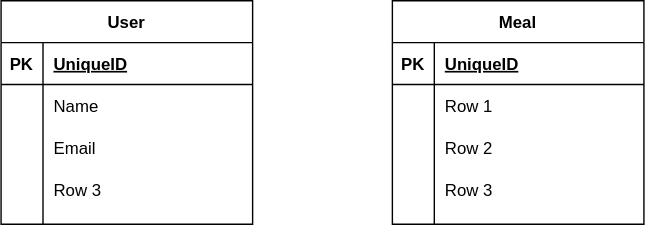
Above: docs/database/schema.drawio.svg in sam-don/mealplanner (draw.io), before the change. Source tidied: cells renumbered, new cells last; positions are measured from the earlier drawing's top-left corner, leaving out a move shared by most shapes.
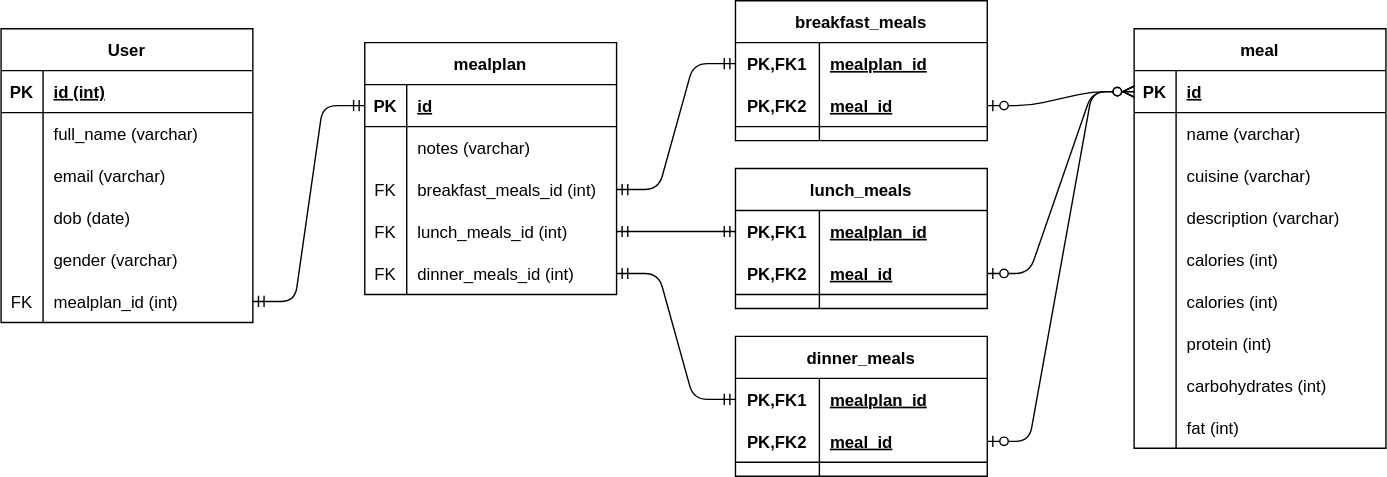
Above is the later version.

Commit message:
Added Database Schema

What changed in the source:
```diff
@@ -5,3 +5,3 @@
     <mxCell id="2" value="User" style="shape=table;startSize=30;rowLines=0;fontStyle=1;align=center;" parent="1" vertex="1">
-      <mxGeometry width="180" height="160" as="geometry" />
+      <mxGeometry x="20" y="-10" width="180" height="210" as="geometry" />
     </mxCell>
@@ -13,3 +13,3 @@
     </mxCell>
-    <mxCell id="5" value="UniqueID" style="shape=partialRectangle;fillColor=none;top=0;left=0;bottom=0;right=0;align=left;spacingLeft=6;fontStyle=5;overflow=hidden;" parent="3" vertex="1">
+    <mxCell id="5" value="id (int)" style="shape=partialRectangle;fillColor=none;top=0;left=0;bottom=0;right=0;align=left;spacingLeft=6;fontStyle=5;overflow=hidden;" parent="3" vertex="1">
       <mxGeometry x="30" width="150" height="30" as="geometry" />
@@ -22,3 +22,3 @@
     </mxCell>
-    <mxCell id="8" value="Name" style="shape=partialRectangle;fillColor=none;top=0;left=0;bottom=0;right=0;align=left;spacingLeft=6;overflow=hidden;" parent="6" vertex="1">
+    <mxCell id="8" value="full_name (varchar)" style="shape=partialRectangle;fillColor=none;top=0;left=0;bottom=0;right=0;align=left;spacingLeft=6;overflow=hidden;" parent="6" vertex="1">
       <mxGeometry x="30" width="150" height="30" as="geometry" />
@@ -31,3 +31,3 @@
     </mxCell>
-    <mxCell id="11" value="Email" style="shape=partialRectangle;fillColor=none;top=0;left=0;bottom=0;right=0;align=left;spacingLeft=6;overflow=hidden;" parent="9" vertex="1">
+    <mxCell id="11" value="email (varchar)" style="shape=partialRectangle;fillColor=none;top=0;left=0;bottom=0;right=0;align=left;spacingLeft=6;overflow=hidden;" parent="9" vertex="1">
       <mxGeometry x="30" width="150" height="30" as="geometry" />
@@ -40,7 +40,28 @@
     </mxCell>
-    <mxCell id="14" value="Row 3" style="shape=partialRectangle;fillColor=none;top=0;left=0;bottom=0;right=0;align=left;spacingLeft=6;overflow=hidden;" parent="12" vertex="1">
+    <mxCell id="14" value="dob (date)" style="shape=partialRectangle;fillColor=none;top=0;left=0;bottom=0;right=0;align=left;spacingLeft=6;overflow=hidden;" parent="12" vertex="1">
       <mxGeometry x="30" width="150" height="30" as="geometry" />
     </mxCell>
+    <mxCell id="19" style="shape=partialRectangle;fillColor=none;top=0;left=0;bottom=0;right=0;" parent="2" vertex="1">
+      <mxGeometry y="150" width="180" height="30" as="geometry" />
+    </mxCell>
+    <mxCell id="20" style="shape=partialRectangle;fillColor=none;top=0;left=0;bottom=0;right=0;overflow=hidden;" parent="19" vertex="1">
+      <mxGeometry width="30" height="30" as="geometry" />
+    </mxCell>
+    <mxCell id="21" value="gender (varchar)" style="shape=partialRectangle;fillColor=none;top=0;left=0;bottom=0;right=0;align=left;spacingLeft=6;overflow=hidden;" parent="19" vertex="1">
+      <mxGeometry x="30" width="150" height="30" as="geometry" />
+    </mxCell>
+    <mxCell id="28" style="shape=partialRectangle;fillColor=none;top=0;left=0;bottom=0;right=0;points=[[0,0.5],[1,0.5]];portConstraint=eastwest;" parent="2" vertex="1">
+      <mxGeometry y="180" width="180" height="30" as="geometry" />
+    </mxCell>
+    <mxCell id="29" value="FK" style="shape=partialRectangle;fillColor=none;top=0;left=0;bottom=0;right=0;overflow=hidden;" parent="28" vertex="1">
+      <mxGeometry width="30" height="30" as="geometry" />
+    </mxCell>
+    <mxCell id="30" value="mealplan_id (int)" style="shape=partialRectangle;fillColor=none;top=0;left=0;bottom=0;right=0;align=left;spacingLeft=6;overflow=hidden;" parent="28" vertex="1">
+      <mxGeometry x="30" width="150" height="30" as="geometry" />
+    </mxCell>
+    <mxCell id="31" style="edgeStyle=entityRelationEdgeStyle;fontSize=12;html=1;endArrow=ERmandOne;startArrow=ERmandOne;exitX=1;exitY=0.5;exitDx=0;exitDy=0;entryX=0;entryY=0.5;entryDx=0;entryDy=0;" parent="1" edge="1" source="28" target="16">
+      <mxGeometry relative="1" as="geometry" />
+    </mxCell>
-    <mxCell id="15" value="Meal" style="shape=table;startSize=30;rowLines=0;fontStyle=1;align=center;" parent="1" vertex="1">
-      <mxGeometry x="280" width="180" height="160" as="geometry" />
+    <mxCell id="15" value="mealplan" style="shape=table;startSize=30;rowLines=0;fontStyle=1;align=center;rounded=0;sketch=0;shadow=0;swimlaneFillColor=none;" parent="1" vertex="1">
+      <mxGeometry x="280" width="180" height="180" as="geometry" />
     </mxCell>
@@ -52,16 +73,7 @@
     </mxCell>
-    <mxCell id="18" value="UniqueID" style="shape=partialRectangle;fillColor=none;top=0;left=0;bottom=0;right=0;align=left;spacingLeft=6;fontStyle=5;overflow=hidden;" parent="16" vertex="1">
+    <mxCell id="18" value="id" style="shape=partialRectangle;fillColor=none;top=0;left=0;bottom=0;right=0;align=left;spacingLeft=6;fontStyle=5;overflow=hidden;" parent="16" vertex="1">
       <mxGeometry x="30" width="150" height="30" as="geometry" />
     </mxCell>
-    <mxCell id="19" style="shape=partialRectangle;fillColor=none;top=0;left=0;bottom=0;right=0;" parent="15" vertex="1">
-      <mxGeometry y="60" width="180" height="30" as="geometry" />
-    </mxCell>
-    <mxCell id="20" style="shape=partialRectangle;fillColor=none;top=0;left=0;bottom=0;right=0;overflow=hidden;" parent="19" vertex="1">
-      <mxGeometry width="30" height="30" as="geometry" />
-    </mxCell>
-    <mxCell id="21" value="Row 1" style="shape=partialRectangle;fillColor=none;top=0;left=0;bottom=0;right=0;align=left;spacingLeft=6;overflow=hidden;" parent="19" vertex="1">
-      <mxGeometry x="30" width="150" height="30" as="geometry" />
-    </mxCell>
     <mxCell id="22" style="shape=partialRectangle;fillColor=none;top=0;left=0;bottom=0;right=0;" parent="15" vertex="1">
-      <mxGeometry y="90" width="180" height="30" as="geometry" />
+      <mxGeometry y="60" width="180" height="30" as="geometry" />
     </mxCell>
@@ -70,3 +82,3 @@
     </mxCell>
-    <mxCell id="24" value="Row 2" style="shape=partialRectangle;fillColor=none;top=0;left=0;bottom=0;right=0;align=left;spacingLeft=6;overflow=hidden;" parent="22" vertex="1">
+    <mxCell id="24" value="notes (varchar)" style="shape=partialRectangle;fillColor=none;top=0;left=0;bottom=0;right=0;align=left;spacingLeft=6;overflow=hidden;" parent="22" vertex="1">
       <mxGeometry x="30" width="150" height="30" as="geometry" />
@@ -74,10 +86,193 @@
     <mxCell id="25" style="shape=partialRectangle;fillColor=none;top=0;left=0;bottom=0;right=0;points=[[0,0.5],[1,0.5]];portConstraint=eastwest;" parent="15" vertex="1">
-      <mxGeometry y="120" width="180" height="30" as="geometry" />
+      <mxGeometry y="90" width="180" height="30" as="geometry" />
     </mxCell>
-    <mxCell id="26" style="shape=partialRectangle;fillColor=none;top=0;left=0;bottom=0;right=0;overflow=hidden;" parent="25" vertex="1">
+    <mxCell id="26" value="FK" style="shape=partialRectangle;fillColor=none;top=0;left=0;bottom=0;right=0;overflow=hidden;" parent="25" vertex="1">
       <mxGeometry width="30" height="30" as="geometry" />
     </mxCell>
-    <mxCell id="27" value="Row 3" style="shape=partialRectangle;fillColor=none;top=0;left=0;bottom=0;right=0;align=left;spacingLeft=6;overflow=hidden;" parent="25" vertex="1">
+    <mxCell id="27" value="breakfast_meals_id (int)" style="shape=partialRectangle;fillColor=none;top=0;left=0;bottom=0;right=0;align=left;spacingLeft=6;overflow=hidden;" parent="25" vertex="1">
       <mxGeometry x="30" width="150" height="30" as="geometry" />
     </mxCell>
+    <mxCell id="32" style="shape=partialRectangle;fillColor=none;top=0;left=0;bottom=0;right=0;points=[[0,0.5],[1,0.5]];portConstraint=eastwest;" parent="15" vertex="1">
+      <mxGeometry y="120" width="180" height="30" as="geometry" />
+    </mxCell>
+    <mxCell id="33" value="FK" style="shape=partialRectangle;fillColor=none;top=0;left=0;bottom=0;right=0;fontStyle=0;overflow=hidden;" parent="32" vertex="1">
+      <mxGeometry width="30" height="30" as="geometry" />
+    </mxCell>
+    <mxCell id="34" value="lunch_meals_id (int)" style="shape=partialRectangle;fillColor=none;top=0;left=0;bottom=0;right=0;align=left;spacingLeft=6;fontStyle=0;overflow=hidden;" parent="32" vertex="1">
+      <mxGeometry x="30" width="150" height="30" as="geometry" />
+    </mxCell>
+    <mxCell id="35" style="shape=partialRectangle;fillColor=none;top=0;left=0;bottom=0;right=0;points=[[0,0.5],[1,0.5]];portConstraint=eastwest;" parent="15" vertex="1">
+      <mxGeometry y="150" width="180" height="30" as="geometry" />
+    </mxCell>
+    <mxCell id="36" value="FK" style="shape=partialRectangle;fillColor=none;top=0;left=0;bottom=0;right=0;fontStyle=0;overflow=hidden;" parent="35" vertex="1">
+      <mxGeometry width="30" height="30" as="geometry" />
+    </mxCell>
+    <mxCell id="37" value="dinner_meals_id (int)" style="shape=partialRectangle;fillColor=none;top=0;left=0;bottom=0;right=0;align=left;spacingLeft=6;fontStyle=0;overflow=hidden;" parent="35" vertex="1">
+      <mxGeometry x="30" width="150" height="30" as="geometry" />
+    </mxCell>
+    <mxCell id="38" style="edgeStyle=entityRelationEdgeStyle;fontSize=12;html=1;endArrow=ERmandOne;startArrow=ERmandOne;exitX=1;exitY=0.5;exitDx=0;exitDy=0;entryX=0;entryY=0.5;entryDx=0;entryDy=0;" parent="1" edge="1" source="25" target="73">
+      <mxGeometry relative="1" as="geometry" />
+    </mxCell>
+    <mxCell id="39" style="edgeStyle=entityRelationEdgeStyle;fontSize=12;html=1;endArrow=ERmandOne;startArrow=ERmandOne;exitX=1;exitY=0.5;exitDx=0;exitDy=0;entryX=0;entryY=0.5;entryDx=0;entryDy=0;" parent="1" edge="1" source="32" target="80">
+      <mxGeometry relative="1" as="geometry" />
+    </mxCell>
+    <mxCell id="40" style="edgeStyle=entityRelationEdgeStyle;fontSize=12;html=1;endArrow=ERmandOne;startArrow=ERmandOne;exitX=1;exitY=0.5;exitDx=0;exitDy=0;entryX=0;entryY=0.5;entryDx=0;entryDy=0;" parent="1" edge="1" source="35" target="87">
+      <mxGeometry relative="1" as="geometry" />
+    </mxCell>
+    <mxCell id="41" style="edgeStyle=entityRelationEdgeStyle;fontSize=12;html=1;endArrow=ERzeroToMany;startArrow=ERzeroToOne;exitX=1;exitY=0.5;exitDx=0;exitDy=0;entryX=0;entryY=0.5;entryDx=0;entryDy=0;" parent="1" edge="1" source="76" target="45">
+      <mxGeometry relative="1" as="geometry" />
+    </mxCell>
+    <mxCell id="42" style="edgeStyle=entityRelationEdgeStyle;fontSize=12;html=1;endArrow=ERzeroToMany;startArrow=ERzeroToOne;exitX=1;exitY=0.5;exitDx=0;exitDy=0;entryX=0;entryY=0.5;entryDx=0;entryDy=0;" parent="1" edge="1" source="83" target="45">
+      <mxGeometry relative="1" as="geometry" />
+    </mxCell>
+    <mxCell id="43" style="edgeStyle=entityRelationEdgeStyle;fontSize=12;html=1;endArrow=ERzeroToMany;startArrow=ERzeroToOne;exitX=1;exitY=0.5;exitDx=0;exitDy=0;entryX=0;entryY=0.5;entryDx=0;entryDy=0;" parent="1" edge="1" source="90" target="45">
+      <mxGeometry relative="1" as="geometry" />
+    </mxCell>
+    <mxCell id="44" value="meal" style="shape=table;startSize=30;rowLines=0;fontStyle=1;align=center;" parent="1" vertex="1">
+      <mxGeometry x="830" y="-10" width="180" height="300" as="geometry" />
+    </mxCell>
+    <mxCell id="45" style="shape=partialRectangle;fillColor=none;top=0;left=0;bottom=1;right=0;points=[[0,0.5],[1,0.5]];portConstraint=eastwest;" parent="44" vertex="1">
+      <mxGeometry y="30" width="180" height="30" as="geometry" />
+    </mxCell>
+    <mxCell id="46" value="PK" style="shape=partialRectangle;fillColor=none;top=0;left=0;bottom=0;right=0;fontStyle=1;overflow=hidden;" parent="45" vertex="1">
+      <mxGeometry width="30" height="30" as="geometry" />
+    </mxCell>
+    <mxCell id="47" value="id" style="shape=partialRectangle;fillColor=none;top=0;left=0;bottom=0;right=0;align=left;spacingLeft=6;fontStyle=5;overflow=hidden;" parent="45" vertex="1">
+      <mxGeometry x="30" width="150" height="30" as="geometry" />
+    </mxCell>
+    <mxCell id="48" style="shape=partialRectangle;fillColor=none;top=0;left=0;bottom=0;right=0;" parent="44" vertex="1">
+      <mxGeometry y="60" width="180" height="30" as="geometry" />
+    </mxCell>
+    <mxCell id="49" style="shape=partialRectangle;fillColor=none;top=0;left=0;bottom=0;right=0;overflow=hidden;" parent="48" vertex="1">
+      <mxGeometry width="30" height="30" as="geometry" />
+    </mxCell>
+    <mxCell id="50" value="name (varchar)" style="shape=partialRectangle;fillColor=none;top=0;left=0;bottom=0;right=0;align=left;spacingLeft=6;overflow=hidden;" parent="48" vertex="1">
+      <mxGeometry x="30" width="150" height="30" as="geometry" />
+    </mxCell>
+    <mxCell id="51" style="shape=partialRectangle;fillColor=none;top=0;left=0;bottom=0;right=0;" parent="44" vertex="1">
+      <mxGeometry y="90" width="180" height="30" as="geometry" />
+    </mxCell>
+    <mxCell id="52" style="shape=partialRectangle;fillColor=none;top=0;left=0;bottom=0;right=0;overflow=hidden;" parent="51" vertex="1">
+      <mxGeometry width="30" height="30" as="geometry" />
+    </mxCell>
+    <mxCell id="53" value="cuisine (varchar)" style="shape=partialRectangle;fillColor=none;top=0;left=0;bottom=0;right=0;align=left;spacingLeft=6;overflow=hidden;" parent="51" vertex="1">
+      <mxGeometry x="30" width="150" height="30" as="geometry" />
+    </mxCell>
+    <mxCell id="54" style="shape=partialRectangle;fillColor=none;top=0;left=0;bottom=0;right=0;" parent="44" vertex="1">
+      <mxGeometry y="120" width="180" height="30" as="geometry" />
+    </mxCell>
+    <mxCell id="55" style="shape=partialRectangle;fillColor=none;top=0;left=0;bottom=0;right=0;overflow=hidden;" parent="54" vertex="1">
+      <mxGeometry width="30" height="30" as="geometry" />
+    </mxCell>
+    <mxCell id="56" value="description (varchar)" style="shape=partialRectangle;fillColor=none;top=0;left=0;bottom=0;right=0;align=left;spacingLeft=6;overflow=hidden;" parent="54" vertex="1">
+      <mxGeometry x="30" width="150" height="30" as="geometry" />
+    </mxCell>
+    <mxCell id="57" style="shape=partialRectangle;fillColor=none;top=0;left=0;bottom=0;right=0;" parent="44" vertex="1">
+      <mxGeometry y="150" width="180" height="30" as="geometry" />
+    </mxCell>
+    <mxCell id="58" style="shape=partialRectangle;fillColor=none;top=0;left=0;bottom=0;right=0;overflow=hidden;" parent="57" vertex="1">
+      <mxGeometry width="30" height="30" as="geometry" />
+    </mxCell>
+    <mxCell id="59" value="calories (int)" style="shape=partialRectangle;fillColor=none;top=0;left=0;bottom=0;right=0;align=left;spacingLeft=6;overflow=hidden;" parent="57" vertex="1">
+      <mxGeometry x="30" width="150" height="30" as="geometry" />
+    </mxCell>
+    <mxCell id="60" style="shape=partialRectangle;fillColor=none;top=0;left=0;bottom=0;right=0;" parent="44" vertex="1">
+      <mxGeometry y="180" width="180" height="30" as="geometry" />
+    </mxCell>
+    <mxCell id="61" style="shape=partialRectangle;fillColor=none;top=0;left=0;bottom=0;right=0;overflow=hidden;" parent="60" vertex="1">
+      <mxGeometry width="30" height="30" as="geometry" />
+    </mxCell>
+    <mxCell id="62" value="calories (int)" style="shape=partialRectangle;fillColor=none;top=0;left=0;bottom=0;right=0;align=left;spacingLeft=6;overflow=hidden;" parent="60" vertex="1">
+      <mxGeometry x="30" width="150" height="30" as="geometry" />
+    </mxCell>
+    <mxCell id="63" style="shape=partialRectangle;fillColor=none;top=0;left=0;bottom=0;right=0;" parent="44" vertex="1">
+      <mxGeometry y="210" width="180" height="30" as="geometry" />
+    </mxCell>
+    <mxCell id="64" style="shape=partialRectangle;fillColor=none;top=0;left=0;bottom=0;right=0;overflow=hidden;" parent="63" vertex="1">
+      <mxGeometry width="30" height="30" as="geometry" />
+    </mxCell>
+    <mxCell id="65" value="protein (int)" style="shape=partialRectangle;fillColor=none;top=0;left=0;bottom=0;right=0;align=left;spacingLeft=6;overflow=hidden;" parent="63" vertex="1">
+      <mxGeometry x="30" width="150" height="30" as="geometry" />
+    </mxCell>
+    <mxCell id="66" style="shape=partialRectangle;fillColor=none;top=0;left=0;bottom=0;right=0;" parent="44" vertex="1">
+      <mxGeometry y="240" width="180" height="30" as="geometry" />
+    </mxCell>
+    <mxCell id="67" style="shape=partialRectangle;fillColor=none;top=0;left=0;bottom=0;right=0;overflow=hidden;" parent="66" vertex="1">
+      <mxGeometry width="30" height="30" as="geometry" />
+    </mxCell>
+    <mxCell id="68" value="carbohydrates (int)" style="shape=partialRectangle;fillColor=none;top=0;left=0;bottom=0;right=0;align=left;spacingLeft=6;overflow=hidden;" parent="66" vertex="1">
+      <mxGeometry x="30" width="150" height="30" as="geometry" />
+    </mxCell>
+    <mxCell id="69" style="shape=partialRectangle;fillColor=none;top=0;left=0;bottom=0;right=0;" parent="44" vertex="1">
+      <mxGeometry y="270" width="180" height="30" as="geometry" />
+    </mxCell>
+    <mxCell id="70" style="shape=partialRectangle;fillColor=none;top=0;left=0;bottom=0;right=0;overflow=hidden;" parent="69" vertex="1">
+      <mxGeometry width="30" height="30" as="geometry" />
+    </mxCell>
+    <mxCell id="71" value="fat (int)" style="shape=partialRectangle;fillColor=none;top=0;left=0;bottom=0;right=0;align=left;spacingLeft=6;overflow=hidden;" parent="69" vertex="1">
+      <mxGeometry x="30" width="150" height="30" as="geometry" />
+    </mxCell>
+    <mxCell id="72" value="breakfast_meals" style="shape=table;startSize=30;rowLines=0;fontStyle=1;align=center;" parent="1" vertex="1">
+      <mxGeometry x="545" y="-30" width="180" height="100" as="geometry" />
+    </mxCell>
+    <mxCell id="73" style="shape=partialRectangle;fillColor=none;top=0;left=0;bottom=0;right=0;points=[[0,0.5],[1,0.5]];portConstraint=eastwest;" parent="72" vertex="1">
+      <mxGeometry y="30" width="180" height="30" as="geometry" />
+    </mxCell>
+    <mxCell id="74" value="PK,FK1" style="shape=partialRectangle;fillColor=none;top=0;left=0;bottom=0;right=0;fontStyle=1;overflow=hidden;" parent="73" vertex="1">
+      <mxGeometry width="60" height="30" as="geometry" />
+    </mxCell>
+    <mxCell id="75" value="mealplan_id" style="shape=partialRectangle;fillColor=none;top=0;left=0;bottom=0;right=0;align=left;spacingLeft=6;fontStyle=5;overflow=hidden;" parent="73" vertex="1">
+      <mxGeometry x="60" width="120" height="30" as="geometry" />
+    </mxCell>
+    <mxCell id="76" style="shape=partialRectangle;fillColor=none;top=0;left=0;bottom=1;right=0;points=[[0,0.5],[1,0.5]];portConstraint=eastwest;" parent="72" vertex="1">
+      <mxGeometry y="60" width="180" height="30" as="geometry" />
+    </mxCell>
+    <mxCell id="77" value="PK,FK2" style="shape=partialRectangle;fillColor=none;top=0;left=0;bottom=0;right=0;fontStyle=1;overflow=hidden;" parent="76" vertex="1">
+      <mxGeometry width="60" height="30" as="geometry" />
+    </mxCell>
+    <mxCell id="78" value="meal_id" style="shape=partialRectangle;fillColor=none;top=0;left=0;bottom=0;right=0;align=left;spacingLeft=6;fontStyle=5;overflow=hidden;" parent="76" vertex="1">
+      <mxGeometry x="60" width="120" height="30" as="geometry" />
+    </mxCell>
+    <mxCell id="79" value="lunch_meals" style="shape=table;startSize=30;rowLines=0;fontStyle=1;align=center;" parent="1" vertex="1">
+      <mxGeometry x="545" y="90" width="180" height="100" as="geometry" />
+    </mxCell>
+    <mxCell id="80" style="shape=partialRectangle;fillColor=none;top=0;left=0;bottom=0;right=0;points=[[0,0.5],[1,0.5]];portConstraint=eastwest;" parent="79" vertex="1">
+      <mxGeometry y="30" width="180" height="30" as="geometry" />
+    </mxCell>
+    <mxCell id="81" value="PK,FK1" style="shape=partialRectangle;fillColor=none;top=0;left=0;bottom=0;right=0;fontStyle=1;overflow=hidden;" parent="80" vertex="1">
+      <mxGeometry width="60" height="30" as="geometry" />
+    </mxCell>
+    <mxCell id="82" value="mealplan_id" style="shape=partialRectangle;fillColor=none;top=0;left=0;bottom=0;right=0;align=left;spacingLeft=6;fontStyle=5;overflow=hidden;" parent="80" vertex="1">
+      <mxGeometry x="60" width="120" height="30" as="geometry" />
+    </mxCell>
+    <mxCell id="83" style="shape=partialRectangle;fillColor=none;top=0;left=0;bottom=1;right=0;points=[[0,0.5],[1,0.5]];portConstraint=eastwest;" parent="79" vertex="1">
+      <mxGeometry y="60" width="180" height="30" as="geometry" />
+    </mxCell>
+    <mxCell id="84" value="PK,FK2" style="shape=partialRectangle;fillColor=none;top=0;left=0;bottom=0;right=0;fontStyle=1;overflow=hidden;" parent="83" vertex="1">
+      <mxGeometry width="60" height="30" as="geometry" />
+    </mxCell>
+    <mxCell id="85" value="meal_id" style="shape=partialRectangle;fillColor=none;top=0;left=0;bottom=0;right=0;align=left;spacingLeft=6;fontStyle=5;overflow=hidden;" parent="83" vertex="1">
+      <mxGeometry x="60" width="120" height="30" as="geometry" />
+    </mxCell>
+    <mxCell id="86" value="dinner_meals" style="shape=table;startSize=30;rowLines=0;fontStyle=1;align=center;" parent="1" vertex="1">
+      <mxGeometry x="545" y="210" width="180" height="100" as="geometry" />
+    </mxCell>
+    <mxCell id="87" style="shape=partialRectangle;fillColor=none;top=0;left=0;bottom=0;right=0;points=[[0,0.5],[1,0.5]];portConstraint=eastwest;" parent="86" vertex="1">
+      <mxGeometry y="30" width="180" height="30" as="geometry" />
+    </mxCell>
+    <mxCell id="88" value="PK,FK1" style="shape=partialRectangle;fillColor=none;top=0;left=0;bottom=0;right=0;fontStyle=1;overflow=hidden;" parent="87" vertex="1">
+      <mxGeometry width="60" height="30" as="geometry" />
+    </mxCell>
+    <mxCell id="89" value="mealplan_id" style="shape=partialRectangle;fillColor=none;top=0;left=0;bottom=0;right=0;align=left;spacingLeft=6;fontStyle=5;overflow=hidden;" parent="87" vertex="1">
+      <mxGeometry x="60" width="120" height="30" as="geometry" />
+    </mxCell>
+    <mxCell id="90" style="shape=partialRectangle;fillColor=none;top=0;left=0;bottom=1;right=0;points=[[0,0.5],[1,0.5]];portConstraint=eastwest;" parent="86" vertex="1">
+      <mxGeometry y="60" width="180" height="30" as="geometry" />
+    </mxCell>
+    <mxCell id="91" value="PK,FK2" style="shape=partialRectangle;fillColor=none;top=0;left=0;bottom=0;right=0;fontStyle=1;overflow=hidden;" parent="90" vertex="1">
+      <mxGeometry width="60" height="30" as="geometry" />
+    </mxCell>
+    <mxCell id="92" value="meal_id" style="shape=partialRectangle;fillColor=none;top=0;left=0;bottom=0;right=0;align=left;spacingLeft=6;fontStyle=5;overflow=hidden;" parent="90" vertex="1">
+      <mxGeometry x="60" width="120" height="30" as="geometry" />
+    </mxCell>
   </root>
```
